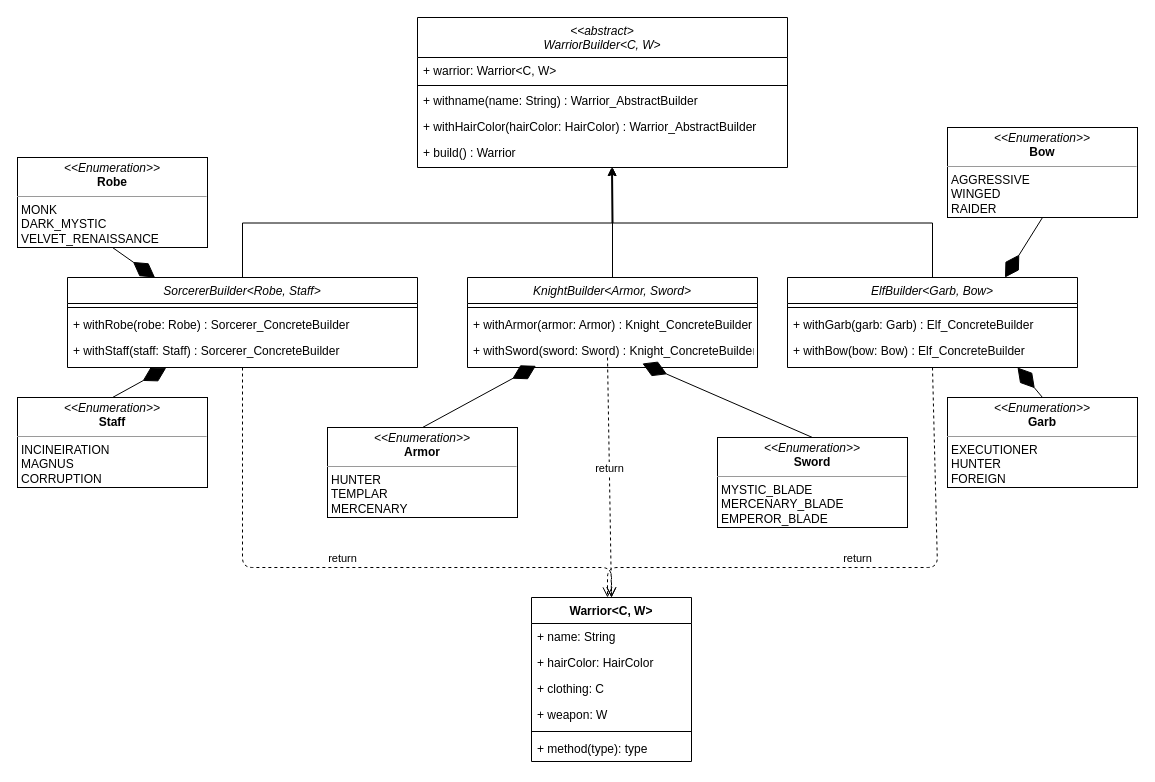
Above: Builder/doc/WARRIOR_BUILDER.drawio in Rick-Addiction/Design-Patterns-Studies (draw.io), before the change. Source tidied: cells renumbered, new cells numbered last; positions are measured from the earlier drawing's top-left corner, leaving out a move shared by most shapes. Both pictures are drawn from the tidied source at 100%, with x=0, y=0 at pixel (17, 17).
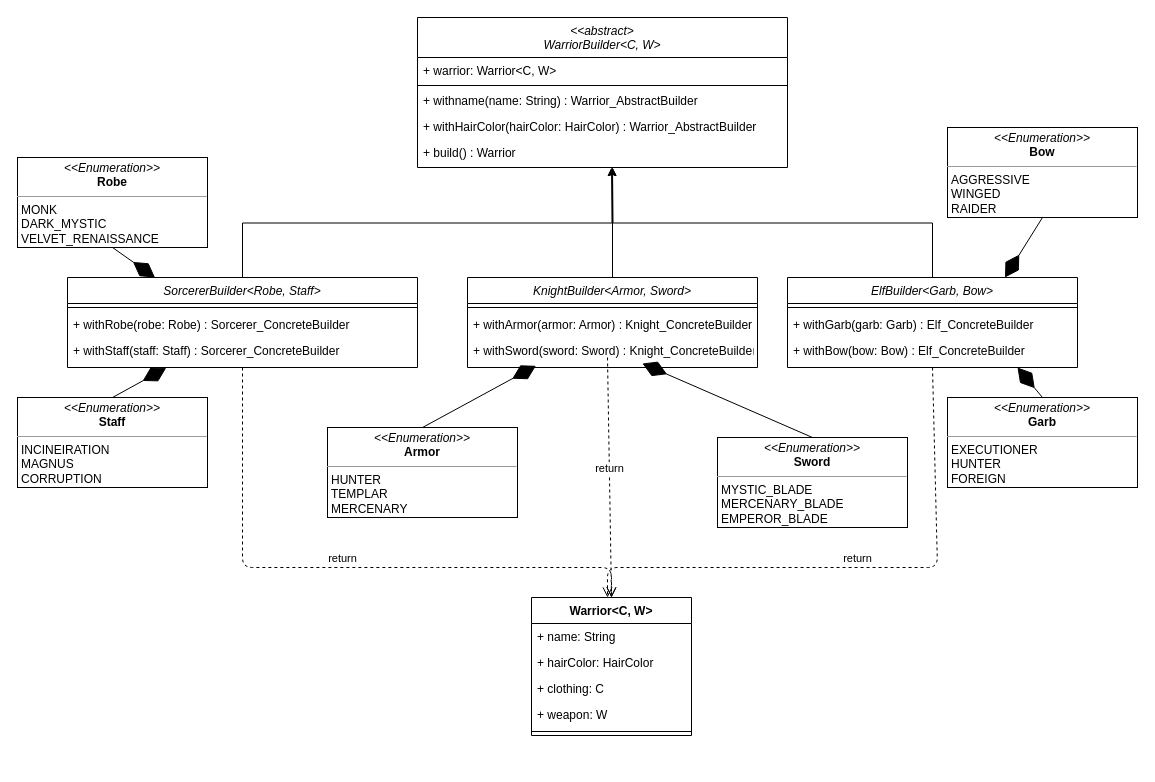
After the change.

What changed in the source:
```diff
@@
     <mxCell id="21" value="Warrior&lt;C, W&gt;" style="swimlane;fontStyle=1;align=center;verticalAlign=top;horizontal=1;startSize=26;" parent="1" vertex="1">
-      <mxGeometry x="514" y="580" width="160" height="164" as="geometry" />
+      <mxGeometry x="514" y="580" width="160" height="138" as="geometry" />
     </mxCell>
@@
-    <mxCell id="27" value="+ method(type): type" style="text;strokeColor=none;fillColor=none;align=left;verticalAlign=top;spacingLeft=4;spacingRight=4;overflow=hidden;" parent="21" vertex="1">
-      <mxGeometry y="138" width="160" height="26" as="geometry" />
-    </mxCell>
```
